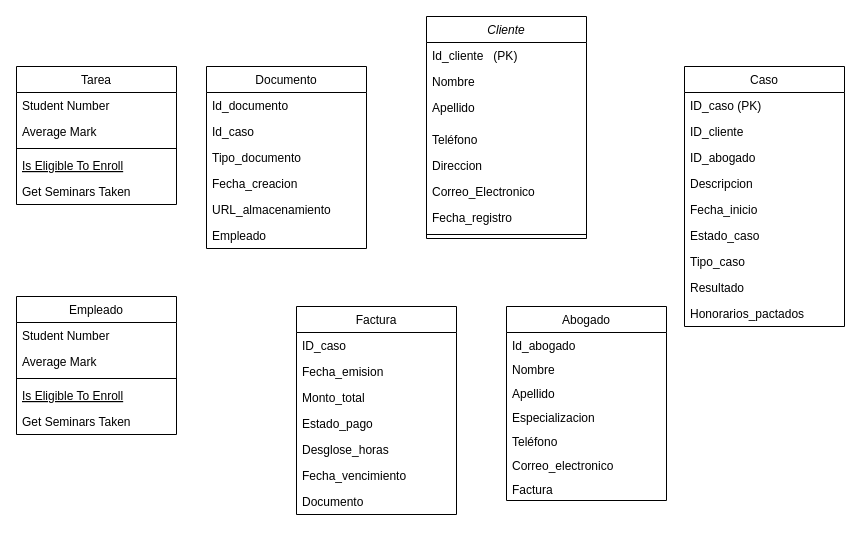
Before: AS tp.drawio in Saturno0/Cole_5_2, a draw.io diagram. Source tidied: cells renumbered, new cells numbered last; positions are measured from the earlier drawing's top-left corner, leaving out a move shared by most shapes. Both pictures are drawn from the tidied source at 100%, with x=0, y=0 at pixel (16, 16).
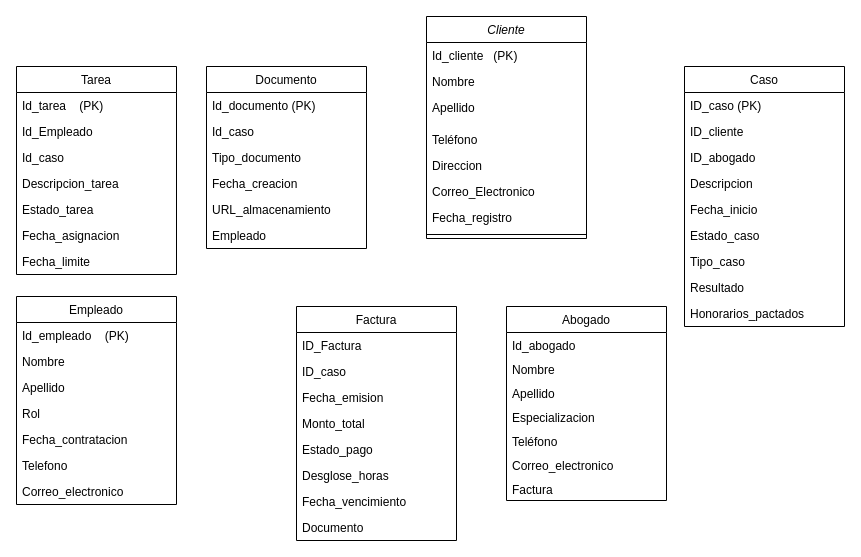
The same page after the edit.

The change refers to these unchanged cells:
```xml
<mxCell id="37" value="Documento" style="swimlane;fontStyle=0;align=center;verticalAlign=top;horizontal=1;startSize=26;rounded=0;shadow=0;strokeWidth=1;" parent="1" vertex="1">
  <mxGeometry x="190" y="50" width="160" height="182" as="geometry" />
</mxCell>
```

Diff of the diagram source:
```diff
@@
     <mxCell id="11" value="Factura" style="swimlane;fontStyle=0;align=center;verticalAlign=top;horizontal=1;startSize=26;rounded=0;shadow=0;strokeWidth=1;" parent="1" vertex="1">
-      <mxGeometry x="280" y="290" width="160" height="208" as="geometry" />
+      <mxGeometry x="280" y="290" width="160" height="234" as="geometry" />
     </mxCell>
-    <mxCell id="12" value="ID_caso" style="text;align=left;verticalAlign=top;spacingLeft=4;spacingRight=4;overflow=hidden;" parent="11" vertex="1">
+    <mxCell id="12" value="ID_Factura" style="text;align=left;verticalAlign=top;spacingLeft=4;spacingRight=4;overflow=hidden;" parent="11" vertex="1">
       <mxGeometry y="26" width="160" height="26" as="geometry" />
     </mxCell>
+    <mxCell id="56" value="ID_caso" style="text;align=left;verticalAlign=top;spacingLeft=4;spacingRight=4;overflow=hidden;" parent="11" vertex="1">
+      <mxGeometry y="52" width="160" height="26" as="geometry" />
+    </mxCell>
     <mxCell id="13" value="Fecha_emision" style="text;align=left;verticalAlign=top;spacingLeft=4;spacingRight=4;overflow=hidden;rounded=0;shadow=0;html=0;" parent="11" vertex="1">
-      <mxGeometry y="52" width="160" height="26" as="geometry" />
+      <mxGeometry y="78" width="160" height="26" as="geometry" />
     </mxCell>
     <mxCell id="14" value="Monto_total" style="text;align=left;verticalAlign=top;spacingLeft=4;spacingRight=4;overflow=hidden;fontStyle=0;" parent="11" vertex="1">
-      <mxGeometry y="78" width="160" height="26" as="geometry" />
+      <mxGeometry y="104" width="160" height="26" as="geometry" />
     </mxCell>
     <mxCell id="15" value="Estado_pago" style="text;align=left;verticalAlign=top;spacingLeft=4;spacingRight=4;overflow=hidden;" parent="11" vertex="1">
-      <mxGeometry y="104" width="160" height="26" as="geometry" />
+      <mxGeometry y="130" width="160" height="26" as="geometry" />
     </mxCell>
     <mxCell id="16" value="Desglose_horas" style="text;align=left;verticalAlign=top;spacingLeft=4;spacingRight=4;overflow=hidden;" parent="11" vertex="1">
-      <mxGeometry y="130" width="160" height="26" as="geometry" />
+      <mxGeometry y="156" width="160" height="26" as="geometry" />
     </mxCell>
     <mxCell id="17" value="Fecha_vencimiento" style="text;align=left;verticalAlign=top;spacingLeft=4;spacingRight=4;overflow=hidden;" parent="11" vertex="1">
-      <mxGeometry y="156" width="160" height="26" as="geometry" />
+      <mxGeometry y="182" width="160" height="26" as="geometry" />
     </mxCell>
     <mxCell id="18" value="Documento" style="text;align=left;verticalAlign=top;spacingLeft=4;spacingRight=4;overflow=hidden;" parent="11" vertex="1">
-      <mxGeometry y="182" width="160" height="26" as="geometry" />
+      <mxGeometry y="208" width="160" height="26" as="geometry" />
     </mxCell>
@@
-    <mxCell id="38" value="Id_documento" style="text;align=left;verticalAlign=top;spacingLeft=4;spacingRight=4;overflow=hidden;" parent="37" vertex="1">
+    <mxCell id="38" value="Id_documento (PK)" style="text;align=left;verticalAlign=top;spacingLeft=4;spacingRight=4;overflow=hidden;" parent="37" vertex="1">
       <mxGeometry y="26" width="160" height="26" as="geometry" />
     </mxCell>
@@
     <mxCell id="44" value="Empleado" style="swimlane;fontStyle=0;align=center;verticalAlign=top;horizontal=1;startSize=26;rounded=0;shadow=0;strokeWidth=1;" parent="1" vertex="1">
-      <mxGeometry y="280" width="160" height="138" as="geometry" />
+      <mxGeometry y="280" width="160" height="208" as="geometry" />
     </mxCell>
-    <mxCell id="45" value="Student Number" style="text;align=left;verticalAlign=top;spacingLeft=4;spacingRight=4;overflow=hidden;" parent="44" vertex="1">
+    <mxCell id="45" value="Id_empleado    (PK)" style="text;align=left;verticalAlign=top;spacingLeft=4;spacingRight=4;overflow=hidden;" parent="44" vertex="1">
       <mxGeometry y="26" width="160" height="26" as="geometry" />
     </mxCell>
-    <mxCell id="46" value="Average Mark" style="text;align=left;verticalAlign=top;spacingLeft=4;spacingRight=4;overflow=hidden;rounded=0;shadow=0;html=0;" parent="44" vertex="1">
+    <mxCell id="46" value="Nombre" style="text;align=left;verticalAlign=top;spacingLeft=4;spacingRight=4;overflow=hidden;rounded=0;shadow=0;html=0;" parent="44" vertex="1">
       <mxGeometry y="52" width="160" height="26" as="geometry" />
     </mxCell>
-    <mxCell id="47" style="line;html=1;strokeWidth=1;align=left;verticalAlign=middle;spacingTop=-1;spacingLeft=3;spacingRight=3;labelPosition=right;" parent="44" vertex="1">
-      <mxGeometry y="78" width="160" height="8" as="geometry" />
-    </mxCell>
-    <mxCell id="48" value="Is Eligible To Enroll" style="text;align=left;verticalAlign=top;spacingLeft=4;spacingRight=4;overflow=hidden;fontStyle=4;" parent="44" vertex="1">
-      <mxGeometry y="86" width="160" height="26" as="geometry" />
+    <mxCell id="48" value="Apellido    " style="text;align=left;verticalAlign=top;spacingLeft=4;spacingRight=4;overflow=hidden;fontStyle=0;" parent="44" vertex="1">
+      <mxGeometry y="78" width="160" height="26" as="geometry" />
     </mxCell>
-    <mxCell id="49" value="Get Seminars Taken" style="text;align=left;verticalAlign=top;spacingLeft=4;spacingRight=4;overflow=hidden;" parent="44" vertex="1">
-      <mxGeometry y="112" width="160" height="26" as="geometry" />
+    <mxCell id="49" value="Rol" style="text;align=left;verticalAlign=top;spacingLeft=4;spacingRight=4;overflow=hidden;" parent="44" vertex="1">
+      <mxGeometry y="104" width="160" height="26" as="geometry" />
     </mxCell>
+    <mxCell id="57" value="Fecha_contratacion" style="text;align=left;verticalAlign=top;spacingLeft=4;spacingRight=4;overflow=hidden;" parent="44" vertex="1">
+      <mxGeometry y="130" width="160" height="26" as="geometry" />
+    </mxCell>
+    <mxCell id="58" value="Telefono" style="text;align=left;verticalAlign=top;spacingLeft=4;spacingRight=4;overflow=hidden;" parent="44" vertex="1">
+      <mxGeometry y="156" width="160" height="26" as="geometry" />
+    </mxCell>
+    <mxCell id="59" value="Correo_electronico" style="text;align=left;verticalAlign=top;spacingLeft=4;spacingRight=4;overflow=hidden;" parent="44" vertex="1">
+      <mxGeometry y="182" width="160" height="26" as="geometry" />
+    </mxCell>
     <mxCell id="50" value="Tarea" style="swimlane;fontStyle=0;align=center;verticalAlign=top;horizontal=1;startSize=26;rounded=0;shadow=0;strokeWidth=1;" parent="1" vertex="1">
-      <mxGeometry y="50" width="160" height="138" as="geometry" />
+      <mxGeometry y="50" width="160" height="208" as="geometry" />
     </mxCell>
-    <mxCell id="51" value="Student Number" style="text;align=left;verticalAlign=top;spacingLeft=4;spacingRight=4;overflow=hidden;" parent="50" vertex="1">
+    <mxCell id="51" value="Id_tarea    (PK)" style="text;align=left;verticalAlign=top;spacingLeft=4;spacingRight=4;overflow=hidden;" parent="50" vertex="1">
       <mxGeometry y="26" width="160" height="26" as="geometry" />
     </mxCell>
-    <mxCell id="52" value="Average Mark" style="text;align=left;verticalAlign=top;spacingLeft=4;spacingRight=4;overflow=hidden;rounded=0;shadow=0;html=0;" parent="50" vertex="1">
+    <mxCell id="52" value="Id_Empleado" style="text;align=left;verticalAlign=top;spacingLeft=4;spacingRight=4;overflow=hidden;rounded=0;shadow=0;html=0;" parent="50" vertex="1">
       <mxGeometry y="52" width="160" height="26" as="geometry" />
     </mxCell>
-    <mxCell id="53" style="line;html=1;strokeWidth=1;align=left;verticalAlign=middle;spacingTop=-1;spacingLeft=3;spacingRight=3;labelPosition=right;" parent="50" vertex="1">
-      <mxGeometry y="78" width="160" height="8" as="geometry" />
-    </mxCell>
-    <mxCell id="54" value="Is Eligible To Enroll" style="text;align=left;verticalAlign=top;spacingLeft=4;spacingRight=4;overflow=hidden;fontStyle=4;" parent="50" vertex="1">
-      <mxGeometry y="86" width="160" height="26" as="geometry" />
+    <mxCell id="54" value="Id_caso" style="text;align=left;verticalAlign=top;spacingLeft=4;spacingRight=4;overflow=hidden;fontStyle=0;" parent="50" vertex="1">
+      <mxGeometry y="78" width="160" height="26" as="geometry" />
     </mxCell>
-    <mxCell id="55" value="Get Seminars Taken" style="text;align=left;verticalAlign=top;spacingLeft=4;spacingRight=4;overflow=hidden;" parent="50" vertex="1">
-      <mxGeometry y="112" width="160" height="26" as="geometry" />
+    <mxCell id="55" value="Descripcion_tarea" style="text;align=left;verticalAlign=top;spacingLeft=4;spacingRight=4;overflow=hidden;" parent="50" vertex="1">
+      <mxGeometry y="104" width="160" height="26" as="geometry" />
     </mxCell>
+    <mxCell id="60" value="Estado_tarea" style="text;align=left;verticalAlign=top;spacingLeft=4;spacingRight=4;overflow=hidden;" parent="50" vertex="1">
+      <mxGeometry y="130" width="160" height="26" as="geometry" />
+    </mxCell>
+    <mxCell id="61" value="Fecha_asignacion" style="text;align=left;verticalAlign=top;spacingLeft=4;spacingRight=4;overflow=hidden;" parent="50" vertex="1">
+      <mxGeometry y="156" width="160" height="26" as="geometry" />
+    </mxCell>
+    <mxCell id="62" value="Fecha_limite" style="text;align=left;verticalAlign=top;spacingLeft=4;spacingRight=4;overflow=hidden;" parent="50" vertex="1">
+      <mxGeometry y="182" width="160" height="26" as="geometry" />
+    </mxCell>
```
